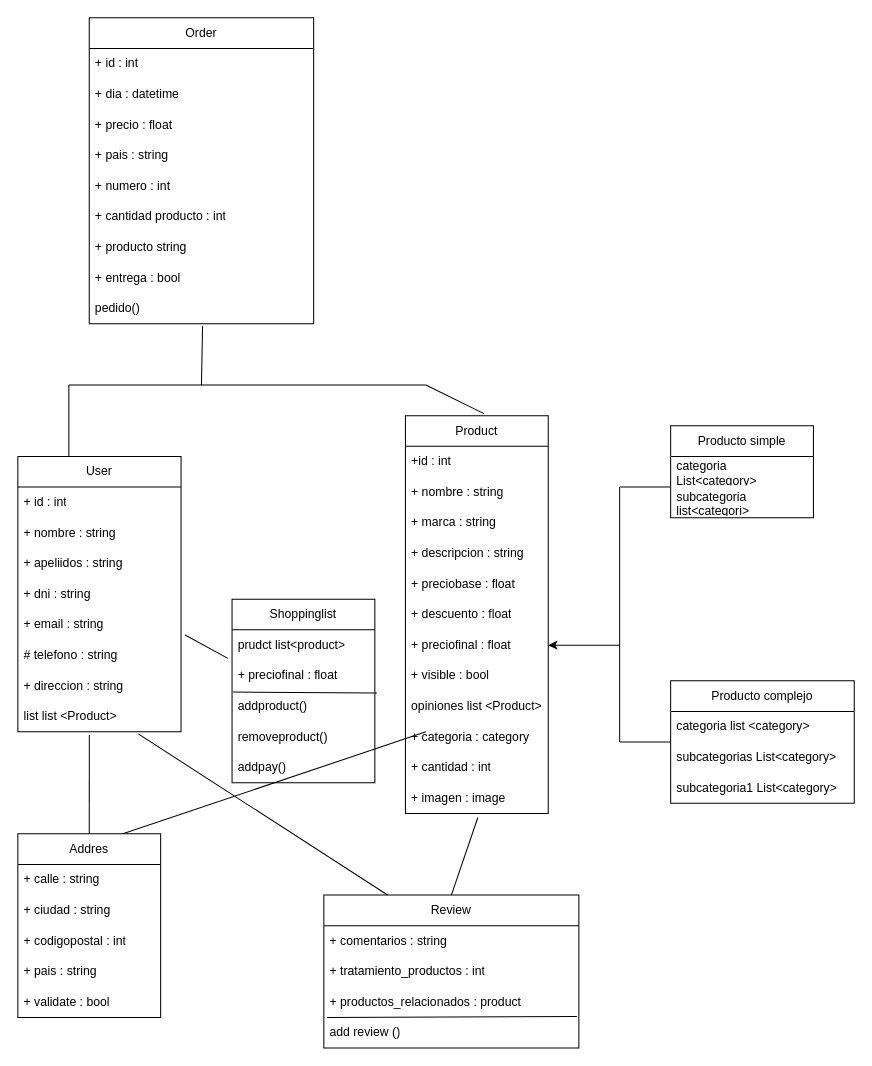
Earlier version of the draw.io diagram DeisgnCode.drawio (danisfc02/DesigntoCode). Source tidied: cells renumbered, new cells numbered last; positions are measured from the earlier drawing's top-left corner, leaving out a move shared by most shapes. Both pictures are drawn from the tidied source at 102%, with x=0, y=0 at pixel (17, 17).
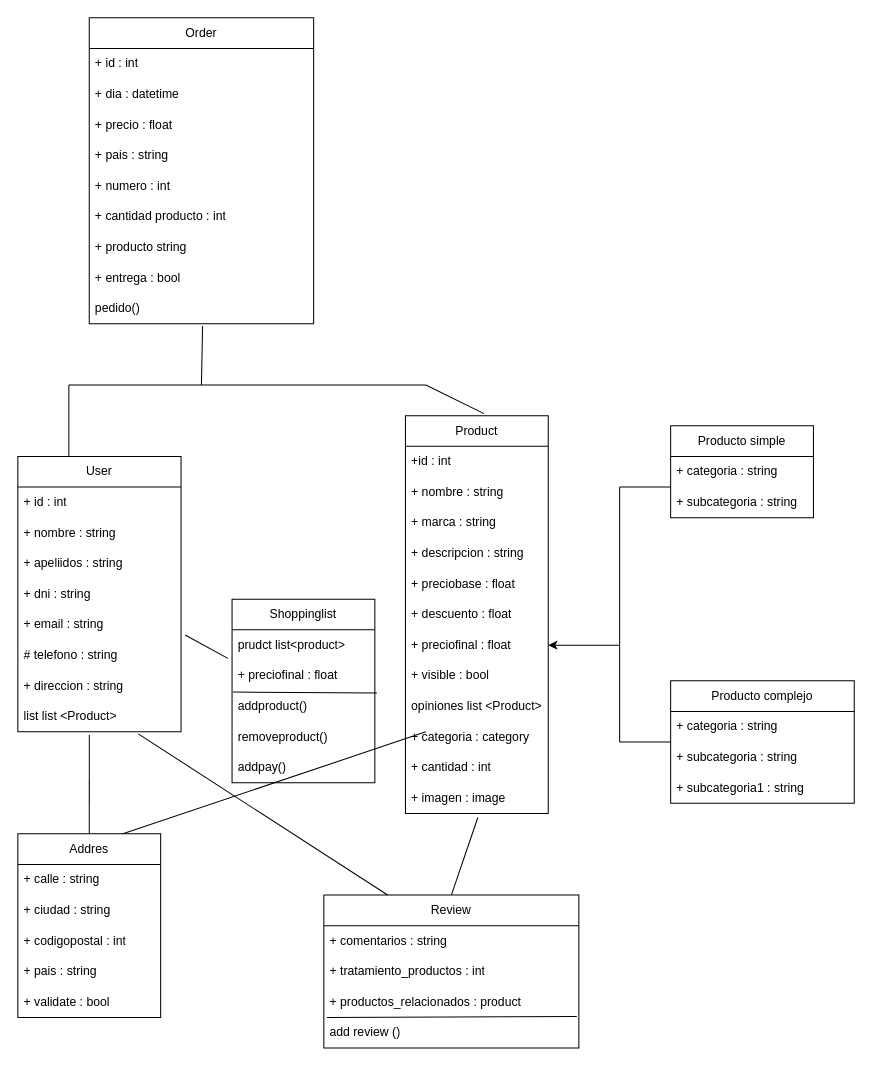
Above is the later version.

Unchanged cells that the change refers to:
```xml
<mxCell id="51" value="Producto complejo" style="swimlane;fontStyle=0;horizontal=1;startSize=30;whiteSpace=wrap;html=1;" parent="1" vertex="1">
  <mxGeometry x="640" y="650" width="180" height="120" as="geometry" />
</mxCell>
<mxCell id="68" value="Producto simple" style="swimlane;fontStyle=0;horizontal=1;startSize=30;whiteSpace=wrap;html=1;" parent="1" vertex="1">
  <mxGeometry x="640" y="400" width="140" height="90" as="geometry" />
</mxCell>
```

What changed in the source:
```diff
@@
-    <mxCell id="52" value="categoria list &amp;lt;category&amp;gt;" style="text;strokeColor=none;fillColor=none;align=left;verticalAlign=middle;spacingLeft=4;spacingRight=4;overflow=hidden;whiteSpace=wrap;html=1;" parent="51" vertex="1">
+    <mxCell id="52" value="+ categoria : string" style="text;strokeColor=none;fillColor=none;align=left;verticalAlign=middle;spacingLeft=4;spacingRight=4;overflow=hidden;whiteSpace=wrap;html=1;" parent="51" vertex="1">
       <mxGeometry y="30" width="180" height="30" as="geometry" />
     </mxCell>
-    <mxCell id="53" value="subcategorias List&amp;lt;category&amp;gt;" style="text;strokeColor=none;fillColor=none;align=left;verticalAlign=middle;spacingLeft=4;spacingRight=4;overflow=hidden;points=[[0,0.5],[1,0.5]];portConstraint=eastwest;whiteSpace=wrap;html=1;" parent="51" vertex="1">
+    <mxCell id="53" value="+ subcategoria : string" style="text;strokeColor=none;fillColor=none;align=left;verticalAlign=middle;spacingLeft=4;spacingRight=4;overflow=hidden;points=[[0,0.5],[1,0.5]];portConstraint=eastwest;whiteSpace=wrap;html=1;" parent="51" vertex="1">
       <mxGeometry y="60" width="180" height="30" as="geometry" />
     </mxCell>
-    <mxCell id="54" value="subcategoria1 List&amp;lt;category&amp;gt;" style="text;strokeColor=none;fillColor=none;align=left;verticalAlign=middle;spacingLeft=4;spacingRight=4;overflow=hidden;whiteSpace=wrap;html=1;" parent="51" vertex="1">
+    <mxCell id="54" value="+ subcategoria1 : string" style="text;strokeColor=none;fillColor=none;align=left;verticalAlign=middle;spacingLeft=4;spacingRight=4;overflow=hidden;whiteSpace=wrap;html=1;" parent="51" vertex="1">
       <mxGeometry y="90" width="180" height="30" as="geometry" />
     </mxCell>
@@
-    <mxCell id="69" value="categoria List&amp;lt;category&amp;gt;" style="text;strokeColor=none;fillColor=none;align=left;verticalAlign=middle;spacingLeft=4;spacingRight=4;overflow=hidden;whiteSpace=wrap;html=1;" parent="68" vertex="1">
+    <mxCell id="69" value="+ categoria : string" style="text;strokeColor=none;fillColor=none;align=left;verticalAlign=middle;spacingLeft=4;spacingRight=4;overflow=hidden;whiteSpace=wrap;html=1;" parent="68" vertex="1">
       <mxGeometry y="30" width="140" height="30" as="geometry" />
     </mxCell>
-    <mxCell id="70" value="subcategoria list&amp;lt;categori&amp;gt;" style="text;strokeColor=none;fillColor=none;align=left;verticalAlign=middle;spacingLeft=4;spacingRight=4;overflow=hidden;whiteSpace=wrap;html=1;" parent="68" vertex="1">
+    <mxCell id="70" value="+ subcategoria : string" style="text;strokeColor=none;fillColor=none;align=left;verticalAlign=middle;spacingLeft=4;spacingRight=4;overflow=hidden;whiteSpace=wrap;html=1;" parent="68" vertex="1">
       <mxGeometry y="60" width="140" height="30" as="geometry" />
     </mxCell>
```
